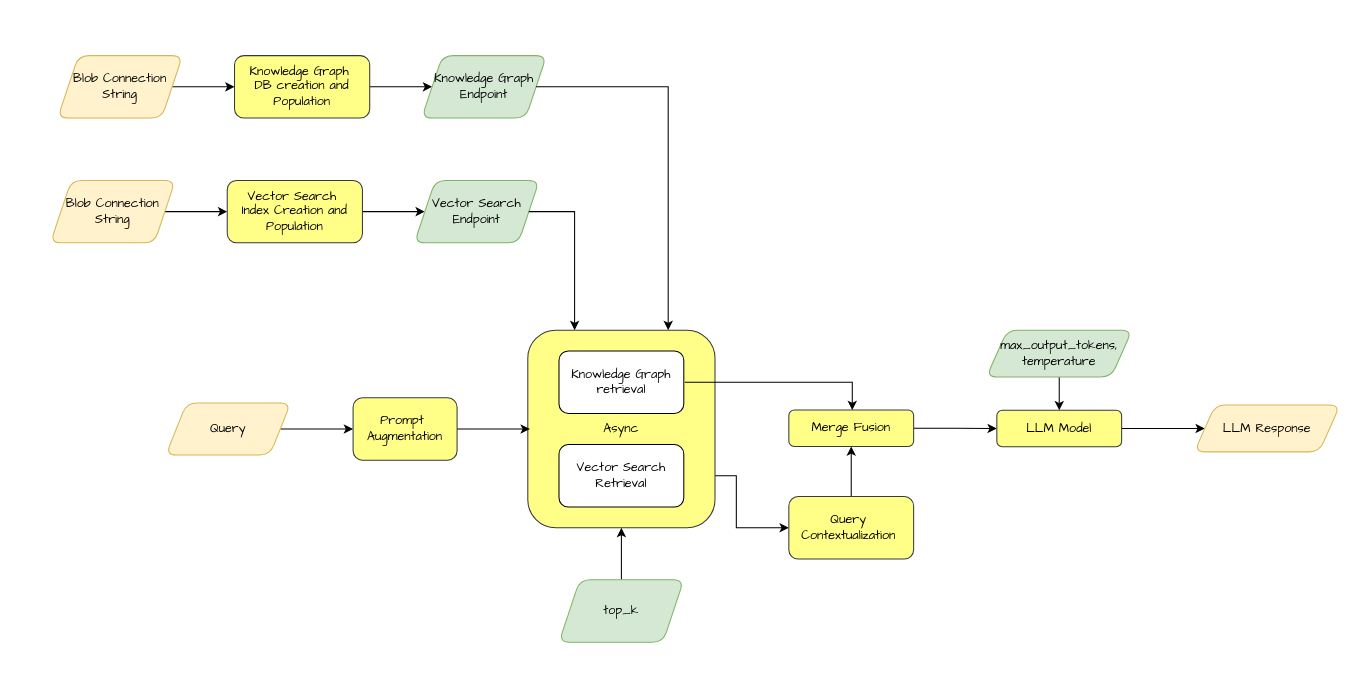
The draw.io diagram page "T-mobile Initial" (5 of 11) of docs/genai_pipeline 1.drawio in snklpee/EnhancedRAG, before the edit. Source tidied: cells renumbered, new cells numbered last; positions are measured from the earlier drawing's top-left corner, leaving out a move shared by most shapes. Both pictures are drawn from the tidied source at 104%, with x=0, y=0 at pixel (50, 55).
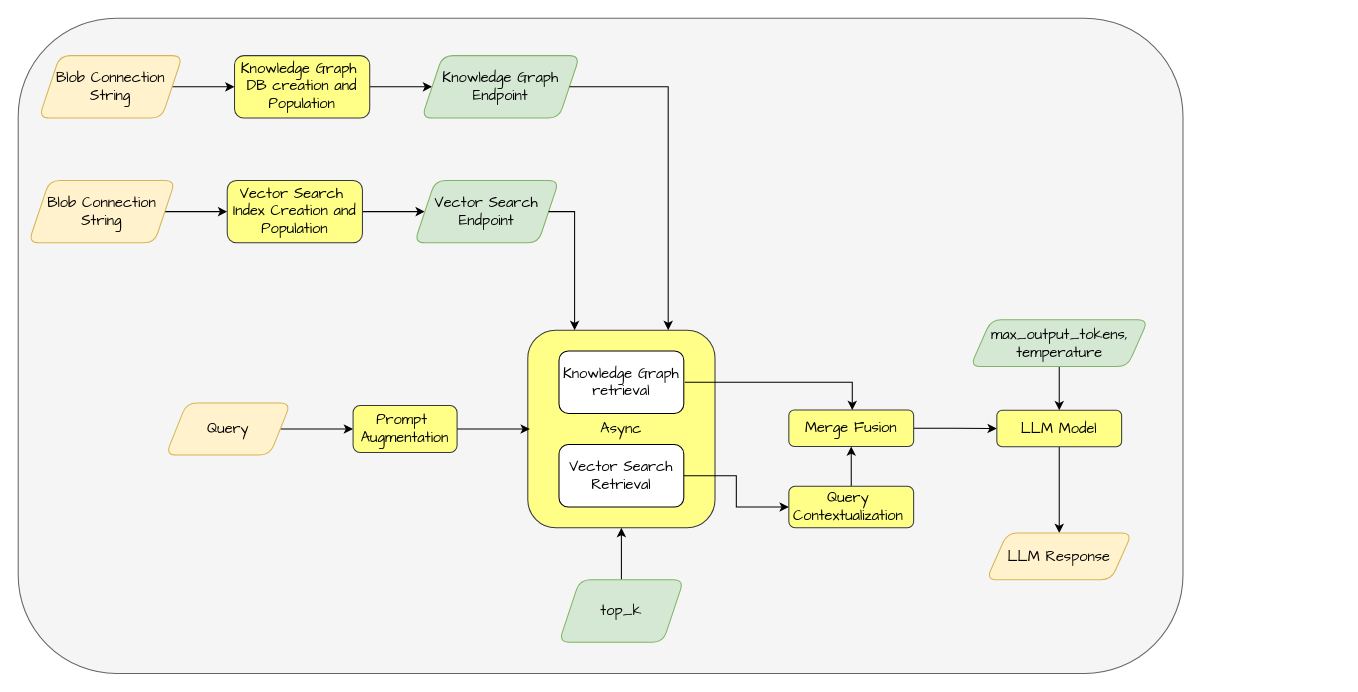
The same diagram, later.

Diff of the diagram source:
```diff
@@
-    <mxCell id="2" style="edgeStyle=orthogonalEdgeStyle;rounded=0;jettySize=auto;html=1;fontFamily=Architects Daughter;exitX=1;exitY=0.5;exitDx=0;exitDy=0;entryX=0;entryY=0.5;entryDx=0;entryDy=0;" parent="1" edge="1" source="16" target="33">
-      <mxGeometry relative="1" as="geometry" />
-    </mxCell>
+    <mxCell id="34" style="rounded=1;whiteSpace=wrap;html=1;fillColor=#f5f5f5;fontColor=#333333;strokeColor=#666666;fontSize=14;" parent="1" vertex="1">
+      <mxGeometry x="-31" y="-36" width="1120" height="630" as="geometry" />
+    </mxCell>
-    <mxCell id="3" value="Async" style="rounded=1;whiteSpace=wrap;html=1;fillColor=#ffff88;strokeColor=#36393d;fontFamily=Architects Daughter;" parent="1" vertex="1">
+    <mxCell id="3" value="Async" style="rounded=1;whiteSpace=wrap;html=1;fillColor=#ffff88;strokeColor=#36393d;fontFamily=Architects Daughter;fontSize=14;" parent="1" vertex="1">
       <mxGeometry x="459" y="264" width="180" height="190" as="geometry" />
     </mxCell>
-    <mxCell id="4" style="edgeStyle=orthogonalEdgeStyle;rounded=0;jettySize=auto;html=1;fontFamily=Architects Daughter;" parent="1" edge="1" source="5" target="7">
+    <mxCell id="4" style="edgeStyle=orthogonalEdgeStyle;rounded=0;jettySize=auto;html=1;fontFamily=Architects Daughter;fontSize=14;" parent="1" edge="1" source="5" target="7">
       <mxGeometry relative="1" as="geometry" />
     </mxCell>
-    <mxCell id="5" value="Knowledge Graph&amp;nbsp;&lt;div&gt;DB creation and&lt;/div&gt;&lt;div&gt;Population&lt;/div&gt;" style="rounded=1;whiteSpace=wrap;html=1;fillColor=#ffff88;strokeColor=#36393d;fontFamily=Architects Daughter;" parent="1" vertex="1">
+    <mxCell id="5" value="Knowledge Graph&amp;nbsp;&lt;div&gt;DB creation and&lt;/div&gt;&lt;div&gt;Population&lt;/div&gt;" style="rounded=1;whiteSpace=wrap;html=1;fillColor=#ffff88;strokeColor=#36393d;fontFamily=Architects Daughter;fontSize=14;" parent="1" vertex="1">
       <mxGeometry x="177" width="130" height="60" as="geometry" />
     </mxCell>
-    <mxCell id="6" style="edgeStyle=orthogonalEdgeStyle;rounded=0;jettySize=auto;html=1;exitX=1;exitY=0.5;exitDx=0;exitDy=0;fontFamily=Architects Daughter;" parent="1" edge="1" source="8" target="5">
+    <mxCell id="6" style="edgeStyle=orthogonalEdgeStyle;rounded=0;jettySize=auto;html=1;exitX=1;exitY=0.5;exitDx=0;exitDy=0;fontFamily=Architects Daughter;fontSize=14;" parent="1" edge="1" source="8" target="5">
       <mxGeometry relative="1" as="geometry" />
     </mxCell>
-    <mxCell id="7" value="Knowledge Graph&lt;div&gt;Endpoint&lt;/div&gt;" style="shape=parallelogram;perimeter=parallelogramPerimeter;whiteSpace=wrap;html=1;fixedSize=1;rounded=1;fillColor=#d5e8d4;strokeColor=#82b366;fontFamily=Architects Daughter;" parent="1" vertex="1">
-      <mxGeometry x="357" width="120" height="60" as="geometry" />
+    <mxCell id="7" value="Knowledge Graph&lt;div&gt;Endpoint&lt;/div&gt;" style="shape=parallelogram;perimeter=parallelogramPerimeter;whiteSpace=wrap;html=1;fixedSize=1;rounded=1;fillColor=#d5e8d4;strokeColor=#82b366;fontFamily=Architects Daughter;fontSize=14;" parent="1" vertex="1">
+      <mxGeometry x="357" width="152" height="60" as="geometry" />
     </mxCell>
-    <mxCell id="8" value="Blob Connection String" style="shape=parallelogram;perimeter=parallelogramPerimeter;whiteSpace=wrap;html=1;fixedSize=1;rounded=1;fillColor=#fff2cc;strokeColor=#d6b656;fontFamily=Architects Daughter;" parent="1" vertex="1">
-      <mxGeometry x="7" width="120" height="60" as="geometry" />
+    <mxCell id="8" value="Blob Connection String" style="shape=parallelogram;perimeter=parallelogramPerimeter;whiteSpace=wrap;html=1;fixedSize=1;rounded=1;fillColor=#fff2cc;strokeColor=#d6b656;fontFamily=Architects Daughter;fontSize=14;" parent="1" vertex="1">
+      <mxGeometry x="-11" width="138" height="60" as="geometry" />
     </mxCell>
-    <mxCell id="9" style="edgeStyle=orthogonalEdgeStyle;rounded=0;jettySize=auto;html=1;fontFamily=Architects Daughter;" parent="1" edge="1" source="10" target="12">
+    <mxCell id="9" style="edgeStyle=orthogonalEdgeStyle;rounded=0;jettySize=auto;html=1;fontFamily=Architects Daughter;fontSize=14;" parent="1" edge="1" source="10" target="12">
       <mxGeometry relative="1" as="geometry" />
     </mxCell>
-    <mxCell id="10" value="Vector Search&amp;nbsp;&lt;div&gt;Index Creation and Population&lt;/div&gt;" style="rounded=1;whiteSpace=wrap;html=1;fillColor=#ffff88;strokeColor=#36393d;fontFamily=Architects Daughter;" parent="1" vertex="1">
+    <mxCell id="10" value="Vector Search&amp;nbsp;&lt;div&gt;Index Creation and Population&lt;/div&gt;" style="rounded=1;whiteSpace=wrap;html=1;fillColor=#ffff88;strokeColor=#36393d;fontFamily=Architects Daughter;fontSize=14;" parent="1" vertex="1">
       <mxGeometry x="170" y="120" width="130" height="60" as="geometry" />
     </mxCell>
-    <mxCell id="11" style="edgeStyle=orthogonalEdgeStyle;rounded=0;jettySize=auto;html=1;exitX=1;exitY=0.5;exitDx=0;exitDy=0;fontFamily=Architects Daughter;" parent="1" edge="1" source="13" target="10">
+    <mxCell id="11" style="edgeStyle=orthogonalEdgeStyle;rounded=0;jettySize=auto;html=1;exitX=1;exitY=0.5;exitDx=0;exitDy=0;fontFamily=Architects Daughter;fontSize=14;" parent="1" edge="1" source="13" target="10">
       <mxGeometry relative="1" as="geometry" />
     </mxCell>
-    <mxCell id="12" value="Vector Search Endpoint" style="shape=parallelogram;perimeter=parallelogramPerimeter;whiteSpace=wrap;html=1;fixedSize=1;rounded=1;fillColor=#d5e8d4;strokeColor=#82b366;fontFamily=Architects Daughter;" parent="1" vertex="1">
-      <mxGeometry x="350" y="120" width="120" height="60" as="geometry" />
+    <mxCell id="12" value="Vector Search Endpoint" style="shape=parallelogram;perimeter=parallelogramPerimeter;whiteSpace=wrap;html=1;fixedSize=1;rounded=1;fillColor=#d5e8d4;strokeColor=#82b366;fontFamily=Architects Daughter;fontSize=14;" parent="1" vertex="1">
+      <mxGeometry x="350" y="120" width="139" height="60" as="geometry" />
     </mxCell>
-    <mxCell id="13" value="Blob Connection String" style="shape=parallelogram;perimeter=parallelogramPerimeter;whiteSpace=wrap;html=1;fixedSize=1;rounded=1;fillColor=#fff2cc;strokeColor=#d6b656;fontFamily=Architects Daughter;" parent="1" vertex="1">
-      <mxGeometry y="120" width="120" height="60" as="geometry" />
+    <mxCell id="13" value="Blob Connection String" style="shape=parallelogram;perimeter=parallelogramPerimeter;whiteSpace=wrap;html=1;fixedSize=1;rounded=1;fillColor=#fff2cc;strokeColor=#d6b656;fontFamily=Architects Daughter;fontSize=14;" parent="1" vertex="1">
+      <mxGeometry x="-21" y="120" width="141" height="60" as="geometry" />
     </mxCell>
-    <mxCell id="14" style="edgeStyle=orthogonalEdgeStyle;rounded=0;jettySize=auto;html=1;exitX=1;exitY=0.5;exitDx=0;exitDy=0;fontFamily=Architects Daughter;entryX=0;entryY=0.5;entryDx=0;entryDy=0;" parent="1" edge="1" source="24" target="30">
+    <mxCell id="14" style="edgeStyle=orthogonalEdgeStyle;rounded=0;jettySize=auto;html=1;exitX=1;exitY=0.5;exitDx=0;exitDy=0;fontFamily=Architects Daughter;entryX=0;entryY=0.5;entryDx=0;entryDy=0;fontSize=14;" parent="1" edge="1" source="24" target="30">
       <mxGeometry relative="1" as="geometry" />
     </mxCell>
-    <mxCell id="15" value="Knowledge Graph retrieval" style="rounded=1;whiteSpace=wrap;html=1;fontFamily=Architects Daughter;" parent="1" vertex="1">
+    <mxCell id="15" value="Knowledge Graph retrieval" style="rounded=1;whiteSpace=wrap;html=1;fontFamily=Architects Daughter;fontSize=14;" parent="1" vertex="1">
       <mxGeometry x="489" y="284" width="120" height="60" as="geometry" />
     </mxCell>
-    <mxCell id="16" value="Vector Search Retrieval" style="rounded=1;whiteSpace=wrap;html=1;fontFamily=Architects Daughter;" parent="1" vertex="1">
+    <mxCell id="16" value="Vector Search Retrieval" style="rounded=1;whiteSpace=wrap;html=1;fontFamily=Architects Daughter;fontSize=14;" parent="1" vertex="1">
       <mxGeometry x="489" y="374" width="120" height="60" as="geometry" />
     </mxCell>
-    <mxCell id="17" style="edgeStyle=orthogonalEdgeStyle;rounded=0;jettySize=auto;html=1;fontFamily=Architects Daughter;" parent="1" edge="1" source="18" target="20">
+    <mxCell id="17" style="edgeStyle=orthogonalEdgeStyle;rounded=0;jettySize=auto;html=1;fontFamily=Architects Daughter;fontSize=14;" parent="1" edge="1" source="18" target="20">
       <mxGeometry relative="1" as="geometry" />
     </mxCell>
-    <mxCell id="18" value="Merge Fusion" style="rounded=1;whiteSpace=wrap;html=1;fillColor=#ffff88;strokeColor=#36393d;fontFamily=Architects Daughter;" parent="1" vertex="1">
+    <mxCell id="18" value="Merge Fusion" style="rounded=1;whiteSpace=wrap;html=1;fillColor=#ffff88;strokeColor=#36393d;fontFamily=Architects Daughter;fontSize=14;" parent="1" vertex="1">
       <mxGeometry x="710" y="340.8" width="120" height="35" as="geometry" />
     </mxCell>
-    <mxCell id="19" style="edgeStyle=orthogonalEdgeStyle;rounded=0;jettySize=auto;html=1;entryX=0;entryY=0.5;entryDx=0;entryDy=0;fontFamily=Architects Daughter;" parent="1" edge="1" source="20" target="28">
+    <mxCell id="19" style="edgeStyle=orthogonalEdgeStyle;rounded=0;jettySize=auto;html=1;fontFamily=Architects Daughter;fontSize=14;" parent="1" edge="1" source="20" target="28">
       <mxGeometry relative="1" as="geometry" />
     </mxCell>
-    <mxCell id="20" value="LLM Model" style="rounded=1;whiteSpace=wrap;html=1;fillColor=#ffff88;strokeColor=#36393d;fontFamily=Architects Daughter;" parent="1" vertex="1">
+    <mxCell id="20" value="LLM Model" style="rounded=1;whiteSpace=wrap;html=1;fillColor=#ffff88;strokeColor=#36393d;fontFamily=Architects Daughter;fontSize=14;" parent="1" vertex="1">
       <mxGeometry x="910" y="341" width="120" height="35" as="geometry" />
     </mxCell>
-    <mxCell id="21" style="endArrow=classic;html=1;rounded=0;exitX=1;exitY=0.5;exitDx=0;exitDy=0;entryX=0.25;entryY=0;entryDx=0;entryDy=0;fontFamily=Architects Daughter;" parent="1" edge="1" source="12" target="3">
+    <mxCell id="21" style="endArrow=classic;html=1;rounded=0;exitX=1;exitY=0.5;exitDx=0;exitDy=0;entryX=0.25;entryY=0;entryDx=0;entryDy=0;fontFamily=Architects Daughter;fontSize=14;" parent="1" edge="1" source="12" target="3">
       <mxGeometry relative="1" as="geometry">
         <Array as="points">
           <mxPoint x="504" y="150" />
         </Array>
       </mxGeometry>
     </mxCell>
-    <mxCell id="22" style="endArrow=classic;html=1;rounded=0;entryX=0.75;entryY=0;entryDx=0;entryDy=0;exitX=1;exitY=0.5;exitDx=0;exitDy=0;fontFamily=Architects Daughter;" parent="1" edge="1" source="7" target="3">
+    <mxCell id="22" style="endArrow=classic;html=1;rounded=0;entryX=0.75;entryY=0;entryDx=0;entryDy=0;exitX=1;exitY=0.5;exitDx=0;exitDy=0;fontFamily=Architects Daughter;fontSize=14;" parent="1" edge="1" source="7" target="3">
       <mxGeometry relative="1" as="geometry">
         <Array as="points">
           <mxPoint x="594" y="30" />
         </Array>
       </mxGeometry>
     </mxCell>
-    <mxCell id="23" style="edgeStyle=orthogonalEdgeStyle;rounded=0;jettySize=auto;html=1;exitX=0.5;exitY=0;exitDx=0;exitDy=0;fontFamily=Architects Daughter;" parent="1" edge="1" source="25">
+    <mxCell id="23" style="edgeStyle=orthogonalEdgeStyle;rounded=0;jettySize=auto;html=1;exitX=0.5;exitY=0;exitDx=0;exitDy=0;fontFamily=Architects Daughter;fontSize=14;" parent="1" edge="1" source="25">
       <mxGeometry relative="1" as="geometry">
         <mxPoint x="549" y="454" as="targetPoint" />
       </mxGeometry>
     </mxCell>
-    <mxCell id="24" value="Query" style="shape=parallelogram;perimeter=parallelogramPerimeter;whiteSpace=wrap;html=1;fixedSize=1;rounded=1;fillColor=#fff2cc;strokeColor=#d6b656;fontFamily=Architects Daughter;" parent="1" vertex="1">
+    <mxCell id="24" value="Query" style="shape=parallelogram;perimeter=parallelogramPerimeter;whiteSpace=wrap;html=1;fixedSize=1;rounded=1;fillColor=#fff2cc;strokeColor=#d6b656;fontFamily=Architects Daughter;fontSize=14;" parent="1" vertex="1">
       <mxGeometry x="111" y="334" width="120" height="50" as="geometry" />
     </mxCell>
-    <mxCell id="25" value="top_k" style="shape=parallelogram;perimeter=parallelogramPerimeter;whiteSpace=wrap;html=1;fixedSize=1;rounded=1;fillColor=#d5e8d4;strokeColor=#82b366;fontFamily=Architects Daughter;" parent="1" vertex="1">
+    <mxCell id="25" value="top_k" style="shape=parallelogram;perimeter=parallelogramPerimeter;whiteSpace=wrap;html=1;fixedSize=1;rounded=1;fillColor=#d5e8d4;strokeColor=#82b366;fontFamily=Architects Daughter;fontSize=14;" parent="1" vertex="1">
       <mxGeometry x="489" y="504" width="120" height="60" as="geometry" />
     </mxCell>
-    <mxCell id="26" style="edgeStyle=orthogonalEdgeStyle;rounded=0;jettySize=auto;html=1;fontFamily=Architects Daughter;" parent="1" edge="1" source="27" target="20">
+    <mxCell id="26" style="edgeStyle=orthogonalEdgeStyle;rounded=0;jettySize=auto;html=1;fontFamily=Architects Daughter;fontSize=14;" parent="1" edge="1" source="27" target="20">
       <mxGeometry relative="1" as="geometry" />
     </mxCell>
-    <mxCell id="27" value="max_output_tokens,&lt;div&gt;temperature&lt;/div&gt;" style="shape=parallelogram;perimeter=parallelogramPerimeter;whiteSpace=wrap;html=1;fixedSize=1;rounded=1;fillColor=#d5e8d4;strokeColor=#82b366;fontFamily=Architects Daughter;" parent="1" vertex="1">
-      <mxGeometry x="900" y="264" width="140" height="45" as="geometry" />
+    <mxCell id="27" value="max_output_tokens,&lt;div&gt;temperature&lt;/div&gt;" style="shape=parallelogram;perimeter=parallelogramPerimeter;whiteSpace=wrap;html=1;fixedSize=1;rounded=1;fillColor=#d5e8d4;strokeColor=#82b366;fontFamily=Architects Daughter;fontSize=14;" parent="1" vertex="1">
+      <mxGeometry x="884.5" y="254" width="171" height="45" as="geometry" />
     </mxCell>
-    <mxCell id="28" value="LLM Response" style="shape=parallelogram;perimeter=parallelogramPerimeter;whiteSpace=wrap;html=1;fixedSize=1;rounded=1;fillColor=#fff2cc;strokeColor=#d6b656;fontFamily=Architects Daughter;" parent="1" vertex="1">
-      <mxGeometry x="1100" y="336" width="140" height="45" as="geometry" />
+    <mxCell id="28" value="LLM Response" style="shape=parallelogram;perimeter=parallelogramPerimeter;whiteSpace=wrap;html=1;fixedSize=1;rounded=1;fillColor=#fff2cc;strokeColor=#d6b656;fontFamily=Architects Daughter;fontSize=14;" parent="1" vertex="1">
+      <mxGeometry x="900" y="459" width="140" height="45" as="geometry" />
     </mxCell>
-    <mxCell id="29" style="edgeStyle=orthogonalEdgeStyle;rounded=0;jettySize=auto;html=1;" parent="1" edge="1" source="30">
+    <mxCell id="29" style="edgeStyle=orthogonalEdgeStyle;rounded=0;jettySize=auto;html=1;fontSize=14;" parent="1" edge="1" source="30">
       <mxGeometry relative="1" as="geometry">
         <mxPoint x="461" y="359" as="targetPoint" />
       </mxGeometry>
     </mxCell>
-    <mxCell id="30" value="Prompt&amp;nbsp;&lt;div&gt;Augmentation&lt;/div&gt;" style="rounded=1;whiteSpace=wrap;html=1;fillColor=#ffff88;strokeColor=#36393d;fontFamily=Architects Daughter;" parent="1" vertex="1">
-      <mxGeometry x="291" y="329" width="100" height="60" as="geometry" />
+    <mxCell id="30" value="Prompt&amp;nbsp;&lt;div&gt;Augmentation&lt;/div&gt;" style="rounded=1;whiteSpace=wrap;html=1;fillColor=#ffff88;strokeColor=#36393d;fontFamily=Architects Daughter;fontSize=14;" parent="1" vertex="1">
+      <mxGeometry x="291" y="336.5" width="100" height="45" as="geometry" />
     </mxCell>
-    <mxCell id="31" style="endArrow=classic;html=1;rounded=0;exitX=1;exitY=0.5;exitDx=0;exitDy=0;entryX=0.5;entryY=0;entryDx=0;entryDy=0;" parent="1" edge="1">
+    <mxCell id="31" style="endArrow=classic;html=1;rounded=0;exitX=1;exitY=0.5;exitDx=0;exitDy=0;entryX=0.5;entryY=0;entryDx=0;entryDy=0;fontSize=14;" parent="1" edge="1">
       <mxGeometry relative="1" as="geometry">
         <mxPoint x="610" y="314" as="sourcePoint" />
         <mxPoint x="771" y="340.8" as="targetPoint" />
         <Array as="points">
           <mxPoint x="771" y="314" />
         </Array>
       </mxGeometry>
     </mxCell>
-    <mxCell id="32" style="edgeStyle=orthogonalEdgeStyle;rounded=0;jettySize=auto;html=1;" parent="1" edge="1" source="33" target="18">
+    <mxCell id="32" style="edgeStyle=orthogonalEdgeStyle;rounded=0;jettySize=auto;html=1;fontSize=14;" parent="1" edge="1" source="33" target="18">
       <mxGeometry relative="1" as="geometry" />
     </mxCell>
-    <mxCell id="33" value="Query&amp;nbsp;&lt;div&gt;Contextualization&amp;nbsp;&lt;/div&gt;" style="rounded=1;whiteSpace=wrap;html=1;fillColor=#ffff88;strokeColor=#36393d;fontFamily=Architects Daughter;" parent="1" vertex="1">
-      <mxGeometry x="710" y="424" width="120" height="60" as="geometry" />
+    <mxCell id="33" value="Query&amp;nbsp;&lt;div&gt;Contextualization&amp;nbsp;&lt;/div&gt;" style="rounded=1;whiteSpace=wrap;html=1;fillColor=#ffff88;strokeColor=#36393d;fontFamily=Architects Daughter;fontSize=14;" parent="1" vertex="1">
+      <mxGeometry x="710" y="414" width="120" height="40" as="geometry" />
     </mxCell>
+    <mxCell id="2" style="edgeStyle=orthogonalEdgeStyle;rounded=0;jettySize=auto;html=1;fontFamily=Architects Daughter;exitX=1;exitY=0.5;exitDx=0;exitDy=0;entryX=0;entryY=0.5;entryDx=0;entryDy=0;fontSize=14;" parent="1" edge="1" source="16" target="33">
+      <mxGeometry relative="1" as="geometry" />
+    </mxCell>
```
